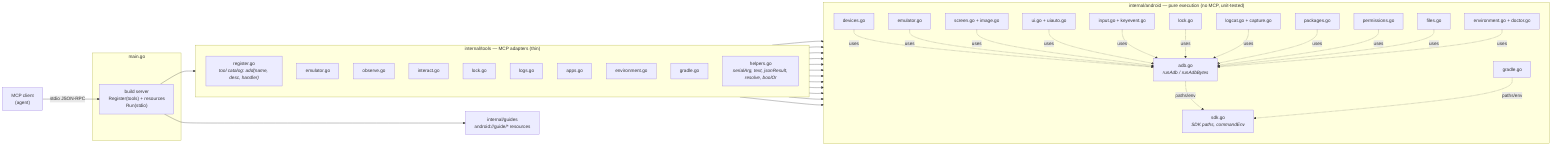
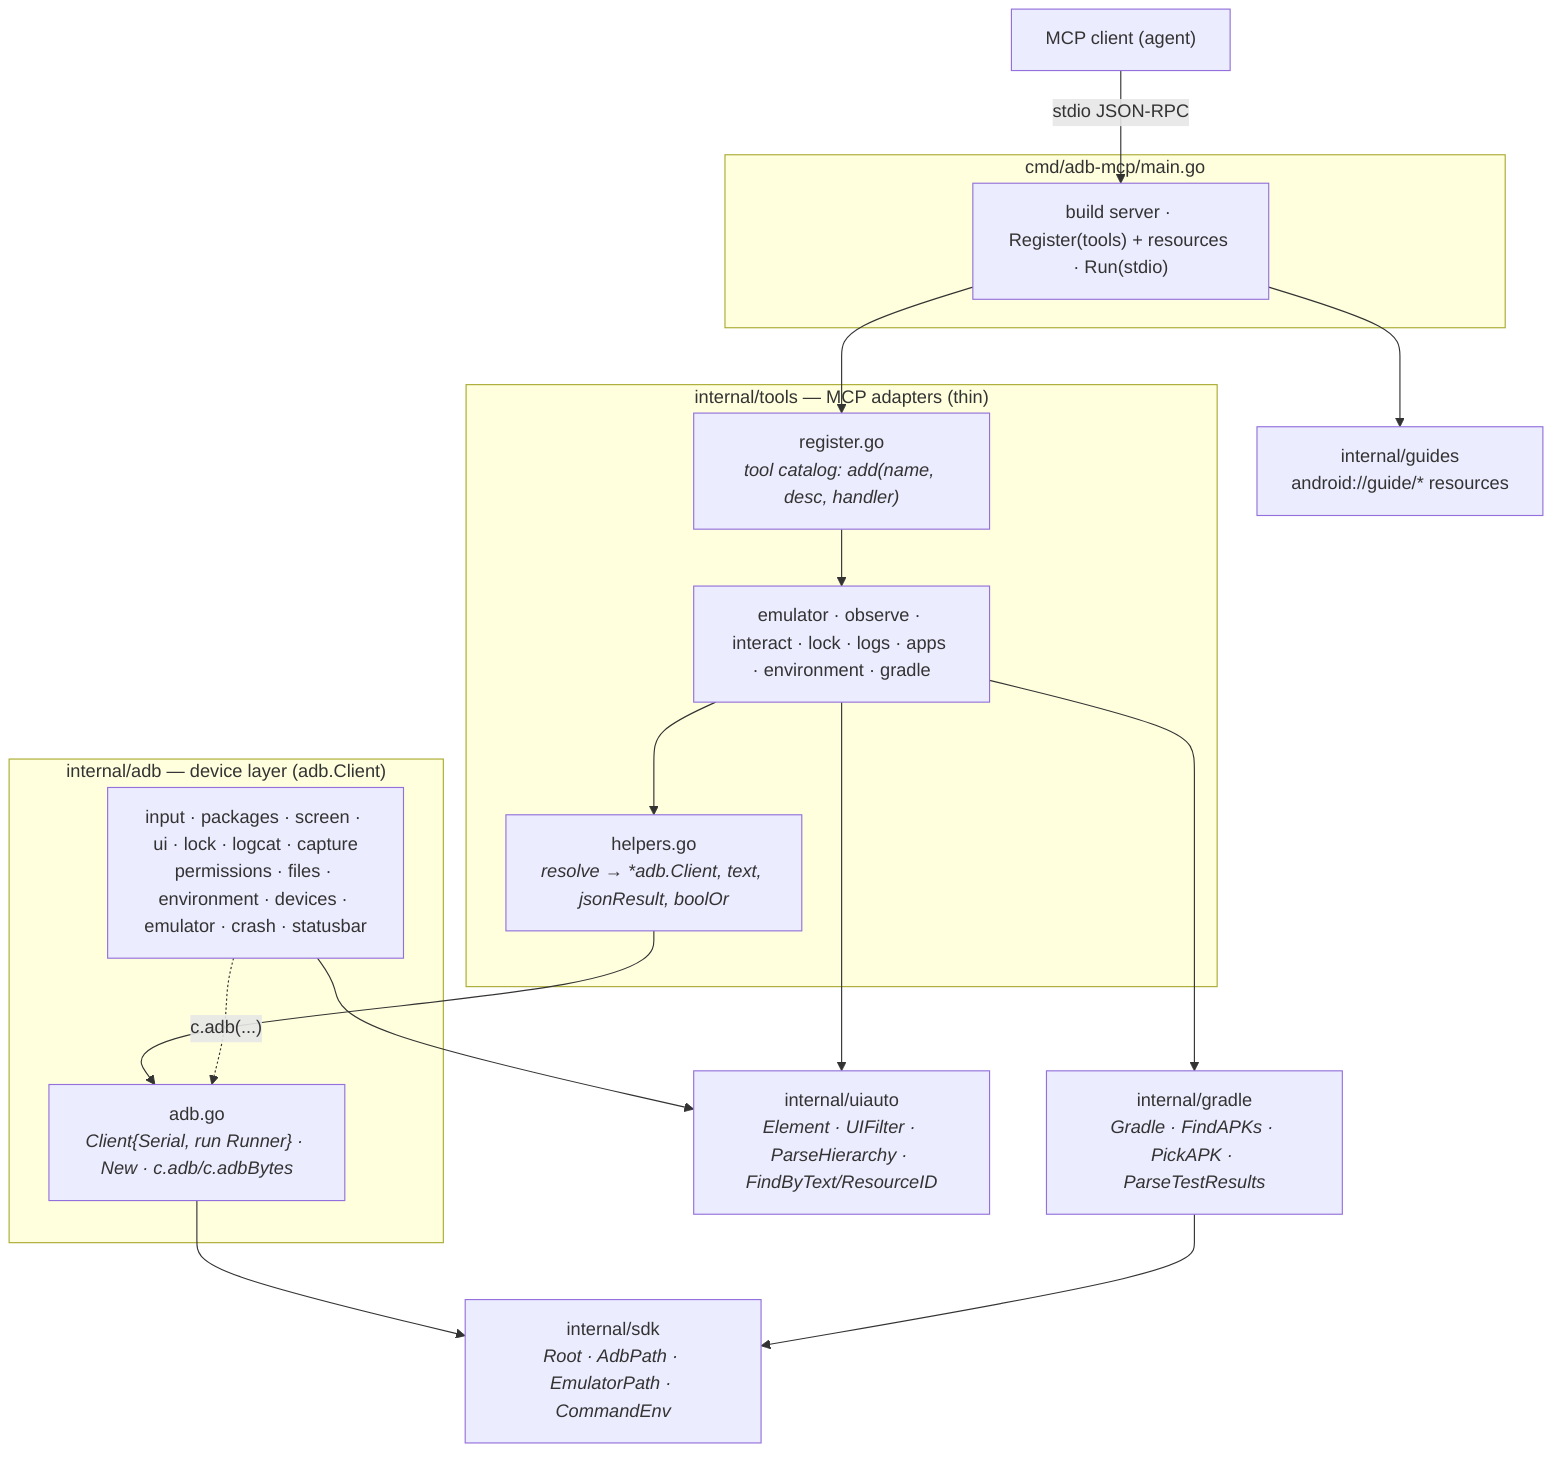
- %% adb_mcp — two-layer mirror architecture.
- %% Each internal/tools adapter (right) maps to an internal/android
- %% execution file (left) of the matching domain. Render with any
- %% Mermaid tool (e.g. https://mermaid.live) or a Markdown viewer.
- flowchart LR
-     client["MCP client<br/>(agent)"]
+ %% adb_mcp — package architecture (dependencies point inward only).
+ %% tools (MCP adapters) → adb.Client / gradle / uiauto → sdk.
+ %% Render with any Mermaid tool (e.g. https://mermaid.live) or a Markdown viewer.
+ flowchart TB
+     client["MCP client (agent)"]

-     subgraph entry["main.go"]
-         server["build server<br/>Register(tools) + resources<br/>Run(stdio)"]
+     subgraph entry["cmd/adb-mcp/main.go"]
+         server["build server · Register(tools) + resources · Run(stdio)"]
    end

    subgraph tools["internal/tools — MCP adapters (thin)"]
-         direction TB
        register["register.go<br/><i>tool catalog: add(name, desc, handler)</i>"]
-         t_emulator["emulator.go"]
-         t_observe["observe.go"]
-         t_interact["interact.go"]
-         t_lock["lock.go"]
-         t_logs["logs.go"]
-         t_apps["apps.go"]
-         t_env["environment.go"]
-         t_gradle["gradle.go"]
-         t_helpers["helpers.go<br/><i>serialArg, text, jsonResult, resolve, boolOr</i>"]
+         t_files["emulator · observe · interact · lock · logs · apps · environment · gradle"]
+         t_helpers["helpers.go<br/><i>resolve → *adb.Client, text, jsonResult, boolOr</i>"]
    end

-     subgraph android["internal/android — pure execution (no MCP, unit-tested)"]
-         direction TB
-         a_adb["adb.go<br/><i>runAdb / runAdbBytes</i>"]
-         a_devices["devices.go"]
-         a_emulator["emulator.go"]
-         a_screen["screen.go + image.go"]
-         a_ui["ui.go + uiauto.go"]
-         a_input["input.go + keyevent.go"]
-         a_lock["lock.go"]
-         a_logs["logcat.go + capture.go"]
-         a_packages["packages.go"]
-         a_perms["permissions.go"]
-         a_files["files.go"]
-         a_env["environment.go + doctor.go"]
-         a_gradle["gradle.go"]
-         a_sdk["sdk.go<br/><i>SDK paths, commandEnv</i>"]
+     subgraph adb["internal/adb — device layer (adb.Client)"]
+         client_t["adb.go<br/><i>Client{Serial, run Runner} · New · c.adb/c.adbBytes</i>"]
+         a_cmds["input · packages · screen · ui · lock · logcat · capture<br/>permissions · files · environment · devices · emulator · crash · statusbar"]
    end

+     gradle["internal/gradle<br/><i>Gradle · FindAPKs · PickAPK · ParseTestResults</i>"]
+     uiauto["internal/uiauto<br/><i>Element · UIFilter · ParseHierarchy · FindByText/ResourceID</i>"]
+     sdk["internal/sdk<br/><i>Root · AdbPath · EmulatorPath · CommandEnv</i>"]
    guides["internal/guides<br/>android://guide/* resources"]

    client -->|stdio JSON-RPC| server
    server --> register
    server --> guides
+     register --> t_files
+     t_files --> t_helpers

-     %% domain mirror: each adapter -> its execution file(s)
-     t_emulator --> a_devices
-     t_emulator --> a_emulator
-     t_observe --> a_screen
-     t_observe --> a_ui
-     t_interact --> a_input
-     t_lock --> a_lock
-     t_logs --> a_logs
-     t_apps --> a_packages
-     t_apps --> a_perms
-     t_apps --> a_files
-     t_env --> a_env
-     t_gradle --> a_gradle
+     %% adapters call the device client / build / parse layers
+     t_helpers --> client_t
+     t_files --> gradle
+     t_files --> uiauto

-     %% shared foundations
-     a_devices -. uses .-> a_adb
-     a_emulator -. uses .-> a_adb
-     a_screen -. uses .-> a_adb
-     a_ui -. uses .-> a_adb
-     a_input -. uses .-> a_adb
-     a_lock -. uses .-> a_adb
-     a_logs -. uses .-> a_adb
-     a_packages -. uses .-> a_adb
-     a_perms -. uses .-> a_adb
-     a_files -. uses .-> a_adb
-     a_env -. uses .-> a_adb
-     a_adb -. paths/env .-> a_sdk
-     a_gradle -. paths/env .-> a_sdk
+     %% device commands are Client methods; they parse via uiauto and shell out via sdk
+     a_cmds -. "c.adb(...)" .-> client_t
+     a_cmds --> uiauto
+     client_t --> sdk
+     gradle --> sdk
